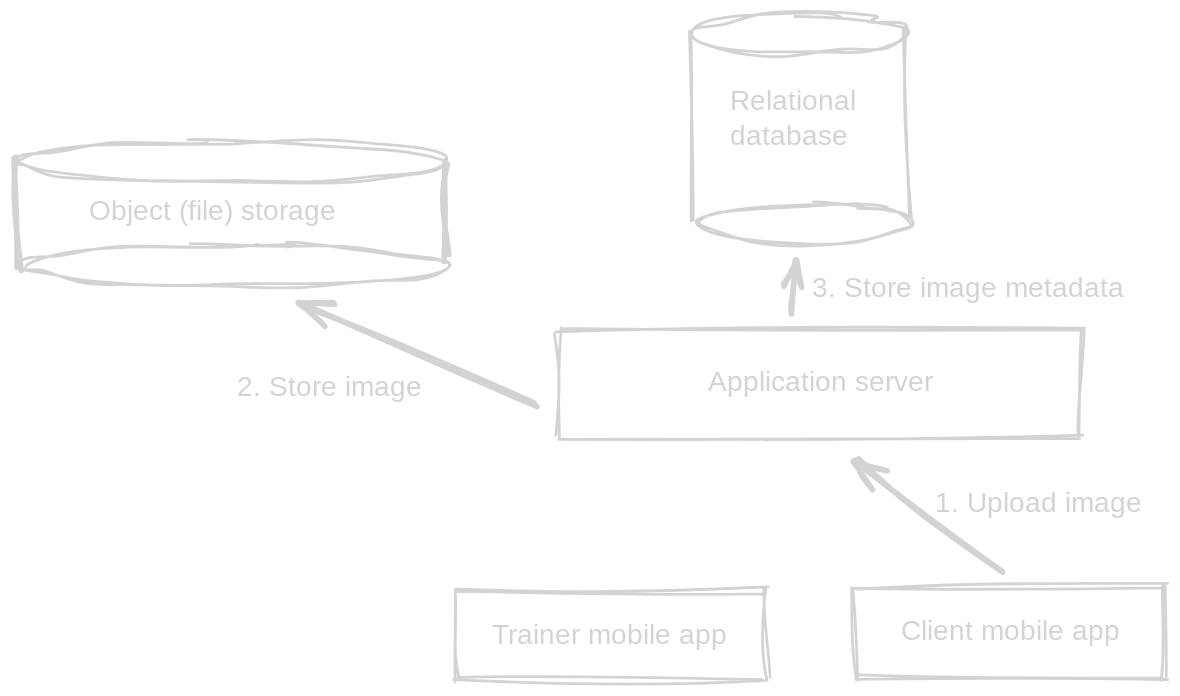
This is images/gym-app-upload-3.svg from filipegeric/scaling-the-client, a Excalidraw export, as it was before one commit. Source tidied: one line per element, renumbered; positions are measured from the earlier drawing's top-left corner, leaving out a move shared by most shapes. Its diagram source:
```json
{"id": 0, "type": "rectangle", "strokeColor": "#1e1e1e", "strokeWidth": 2, "roughness": 2, "x": 313, "y": 412, "width": 222, "height": 65}
{"id": 1, "type": "text", "text": "Trainer mobile app", "strokeColor": "#1e1e1e", "backgroundColor": "#ffffff", "fillStyle": "solid", "strokeWidth": 2, "roughness": 2, "fontSize": 20, "fontFamily": 1, "textAlign": "center", "verticalAlign": "middle", "inside": 0, "x": 335, "y": 432, "width": 179, "height": 25}
{"id": 2, "type": "rectangle", "strokeColor": "#1e1e1e", "strokeWidth": 2, "roughness": 2, "x": 600, "y": 409, "width": 222, "height": 65}
{"id": 3, "type": "text", "text": "Client mobile app", "strokeColor": "#1e1e1e", "backgroundColor": "#ffffff", "fillStyle": "solid", "strokeWidth": 2, "roughness": 2, "fontSize": 20, "fontFamily": 1, "textAlign": "center", "verticalAlign": "middle", "inside": 2, "x": 630, "y": 429, "width": 162, "height": 25}
{"id": 4, "type": "rectangle", "strokeColor": "#1e1e1e", "strokeWidth": 2, "roughness": 2, "x": 389, "y": 225, "width": 372, "height": 78}
{"id": 5, "type": "text", "text": "Application server", "strokeColor": "#1e1e1e", "backgroundColor": "#ffffff", "fillStyle": "solid", "strokeWidth": 2, "roughness": 2, "fontSize": 20, "fontFamily": 1, "textAlign": "center", "verticalAlign": "middle", "inside": 4, "x": 489, "y": 251, "width": 172, "height": 25}
{"id": 6, "type": "ellipse", "strokeColor": "#1e1e1e", "strokeWidth": 2, "roughness": 2, "x": 487, "y": 135, "width": 153, "height": 28}
{"id": 7, "type": "ellipse", "strokeColor": "#1e1e1e", "strokeWidth": 2, "roughness": 2, "x": 485, "y": 0, "width": 153, "height": 28}
{"id": 8, "type": "line", "strokeColor": "#1e1e1e", "backgroundColor": "#ffffff", "fillStyle": "solid", "strokeWidth": 2, "roughness": 2, "x": 481, "y": 13, "width": 2, "height": 135, "points": [[0, 0], [2, 135]]}
{"id": 9, "type": "line", "strokeColor": "#1e1e1e", "backgroundColor": "#ffffff", "fillStyle": "solid", "strokeWidth": 2, "roughness": 2, "x": 635, "y": 11, "width": 3, "height": 136, "points": [[0, 0], [3, 136]]}
{"id": 10, "type": "text", "text": "Relational \ndatabase", "strokeColor": "#1e1e1e", "backgroundColor": "#ffffff", "fillStyle": "solid", "strokeWidth": 2, "roughness": 2, "fontSize": 20, "fontFamily": 1, "x": 511, "y": 51, "width": 108, "height": 50}
{"id": 11, "type": "ellipse", "strokeColor": "#1e1e1e", "strokeWidth": 2, "roughness": 2, "x": 4, "y": 165, "width": 305, "height": 29}
{"id": 12, "type": "ellipse", "strokeColor": "#1e1e1e", "strokeWidth": 2, "roughness": 2, "x": 2, "y": 91, "width": 305, "height": 29}
{"id": 13, "type": "text", "text": "Object (file) storage", "strokeColor": "#1e1e1e", "strokeWidth": 4, "roughness": 2, "fontSize": 20, "fontFamily": 1, "x": 53, "y": 129, "width": 205, "height": 25}
{"id": 14, "type": "line", "strokeColor": "#1e1e1e", "strokeWidth": 4, "roughness": 2, "x": 0, "y": 103, "width": 2, "height": 77, "points": [[0, 0], [2, 77]]}
{"id": 15, "type": "line", "strokeColor": "#1e1e1e", "strokeWidth": 4, "roughness": 2, "x": 306, "y": 105, "width": 3, "height": 69, "points": [[0, 0], [3, 69]]}
{"id": 16, "type": "arrow", "strokeColor": "#1e1e1e", "strokeWidth": 4, "roughness": 2, "endArrowhead": "arrow", "from": 2, "to": 4, "x": 706, "y": 399, "width": 106, "height": 82, "points": [[0, 0], [-106, -82]]}
{"id": 17, "type": "text", "text": "1. Upload image", "strokeColor": "#1e1e1e", "strokeWidth": 4, "roughness": 2, "fontSize": 20, "fontFamily": 1, "x": 657, "y": 338, "width": 147, "height": 25}
{"id": 18, "type": "arrow", "strokeColor": "#1e1e1e", "strokeWidth": 4, "roughness": 2, "endArrowhead": "arrow", "from": 4, "to": 11, "x": 373, "y": 281, "width": 168, "height": 75, "points": [[0, 0], [-168, -75]]}
{"id": 19, "type": "text", "text": "2. Store image", "strokeColor": "#1e1e1e", "strokeWidth": 4, "roughness": 2, "fontSize": 20, "fontFamily": 1, "x": 158, "y": 255, "width": 145, "height": 25}
{"id": 20, "type": "arrow", "strokeColor": "#1e1e1e", "strokeWidth": 4, "roughness": 2, "endArrowhead": "arrow", "from": 4, "to": 6, "x": 555, "y": 214, "width": 1, "height": 37, "points": [[0, 0], [1, -37]]}
{"id": 21, "type": "text", "text": "3. Store image metadata", "strokeColor": "#1e1e1e", "strokeWidth": 4, "roughness": 2, "fontSize": 20, "fontFamily": 1, "x": 569, "y": 185, "width": 252, "height": 25}
```
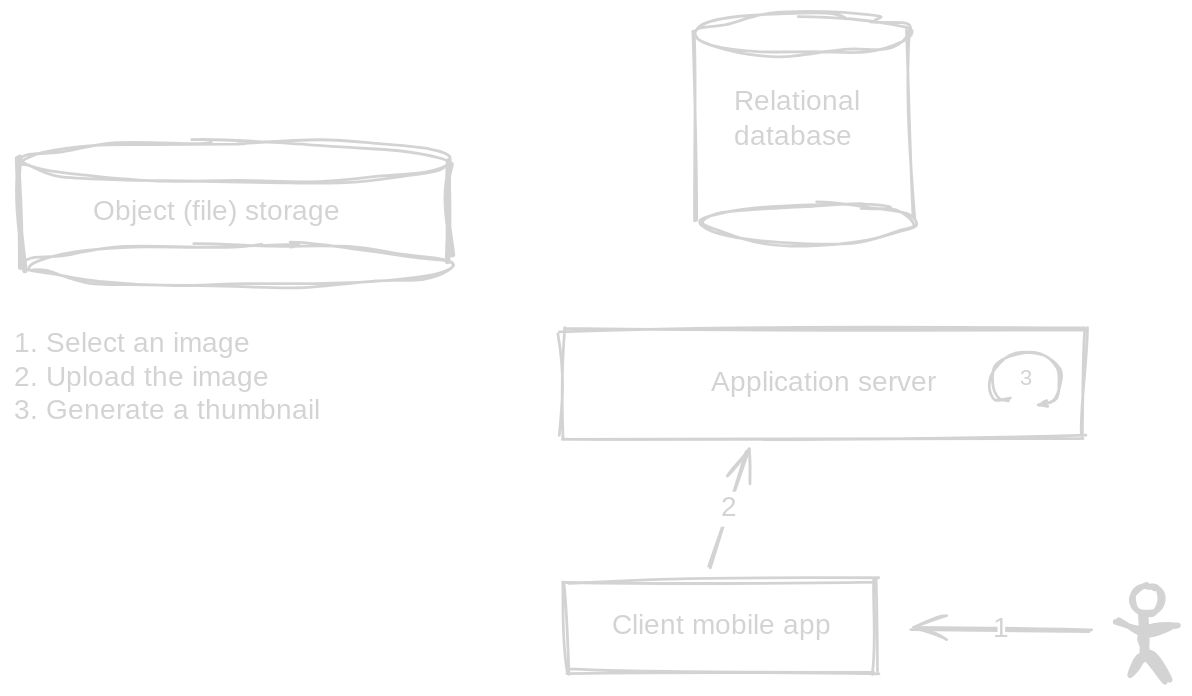
The same file after the commit.

The edit, as a diff of the source:
```diff
@@ -1,7 +1,5 @@
-{"id": 0, "type": "rectangle", "strokeColor": "#1e1e1e", "strokeWidth": 2, "roughness": 2, "x": 313, "y": 412, "width": 222, "height": 65}
-{"id": 1, "type": "text", "text": "Trainer mobile app", "strokeColor": "#1e1e1e", "backgroundColor": "#ffffff", "fillStyle": "solid", "strokeWidth": 2, "roughness": 2, "fontSize": 20, "fontFamily": 1, "textAlign": "center", "verticalAlign": "middle", "inside": 0, "x": 335, "y": 432, "width": 179, "height": 25}
-{"id": 2, "type": "rectangle", "strokeColor": "#1e1e1e", "strokeWidth": 2, "roughness": 2, "x": 600, "y": 409, "width": 222, "height": 65}
+{"id": 2, "type": "rectangle", "strokeColor": "#1e1e1e", "strokeWidth": 2, "roughness": 2, "x": 391, "y": 405, "width": 222, "height": 65}
-{"id": 3, "type": "text", "text": "Client mobile app", "strokeColor": "#1e1e1e", "backgroundColor": "#ffffff", "fillStyle": "solid", "strokeWidth": 2, "roughness": 2, "fontSize": 20, "fontFamily": 1, "textAlign": "center", "verticalAlign": "middle", "inside": 2, "x": 630, "y": 429, "width": 162, "height": 25}
+{"id": 3, "type": "text", "text": "Client mobile app", "strokeColor": "#1e1e1e", "backgroundColor": "#ffffff", "fillStyle": "solid", "strokeWidth": 2, "roughness": 2, "fontSize": 20, "fontFamily": 1, "textAlign": "center", "verticalAlign": "middle", "inside": 2, "x": 421, "y": 425, "width": 162, "height": 25}
 {"id": 4, "type": "rectangle", "strokeColor": "#1e1e1e", "strokeWidth": 2, "roughness": 2, "x": 389, "y": 225, "width": 372, "height": 78}
 {"id": 5, "type": "text", "text": "Application server", "strokeColor": "#1e1e1e", "backgroundColor": "#ffffff", "fillStyle": "solid", "strokeWidth": 2, "roughness": 2, "fontSize": 20, "fontFamily": 1, "textAlign": "center", "verticalAlign": "middle", "inside": 4, "x": 489, "y": 251, "width": 172, "height": 25}
 {"id": 6, "type": "ellipse", "strokeColor": "#1e1e1e", "strokeWidth": 2, "roughness": 2, "x": 487, "y": 135, "width": 153, "height": 28}
@@ -14,9 +12,14 @@
 {"id": 13, "type": "text", "text": "Object (file) storage", "strokeColor": "#1e1e1e", "strokeWidth": 4, "roughness": 2, "fontSize": 20, "fontFamily": 1, "x": 53, "y": 129, "width": 205, "height": 25}
 {"id": 14, "type": "line", "strokeColor": "#1e1e1e", "strokeWidth": 4, "roughness": 2, "x": 0, "y": 103, "width": 2, "height": 77, "points": [[0, 0], [2, 77]]}
 {"id": 15, "type": "line", "strokeColor": "#1e1e1e", "strokeWidth": 4, "roughness": 2, "x": 306, "y": 105, "width": 3, "height": 69, "points": [[0, 0], [3, 69]]}
-{"id": 16, "type": "arrow", "strokeColor": "#1e1e1e", "strokeWidth": 4, "roughness": 2, "endArrowhead": "arrow", "from": 2, "to": 4, "x": 706, "y": 399, "width": 106, "height": 82, "points": [[0, 0], [-106, -82]]}
-{"id": 17, "type": "text", "text": "1. Upload image", "strokeColor": "#1e1e1e", "strokeWidth": 4, "roughness": 2, "fontSize": 20, "fontFamily": 1, "x": 657, "y": 338, "width": 147, "height": 25}
-{"id": 18, "type": "arrow", "strokeColor": "#1e1e1e", "strokeWidth": 4, "roughness": 2, "endArrowhead": "arrow", "from": 4, "to": 11, "x": 373, "y": 281, "width": 168, "height": 75, "points": [[0, 0], [-168, -75]]}
-{"id": 19, "type": "text", "text": "2. Store image", "strokeColor": "#1e1e1e", "strokeWidth": 4, "roughness": 2, "fontSize": 20, "fontFamily": 1, "x": 158, "y": 255, "width": 145, "height": 25}
-{"id": 20, "type": "arrow", "strokeColor": "#1e1e1e", "strokeWidth": 4, "roughness": 2, "endArrowhead": "arrow", "from": 4, "to": 6, "x": 555, "y": 214, "width": 1, "height": 37, "points": [[0, 0], [1, -37]]}
-{"id": 21, "type": "text", "text": "3. Store image metadata", "strokeColor": "#1e1e1e", "strokeWidth": 4, "roughness": 2, "fontSize": 20, "fontFamily": 1, "x": 569, "y": 185, "width": 252, "height": 25}
+{"id": 22, "type": "ellipse", "strokeColor": "#1e1e1e", "strokeWidth": 4, "roughness": 2, "round": true, "x": 796, "y": 408, "width": 20, "height": 20}
+{"id": 23, "type": "line", "strokeColor": "#1e1e1e", "strokeWidth": 4, "roughness": 2, "round": true, "x": 805, "y": 428, "width": 46, "height": 47, "points": [[0, 0], [1, 29], [-13, 45], [1, 30], [17, 47], [-1, 28], [-1, 12], [23, 7], [-1, 12], [-22, 6]]}
+{"id": 24, "type": "arrow", "strokeColor": "#1e1e1e", "strokeWidth": 2, "roughness": 1, "endArrowhead": "arrow", "round": true, "x": 766, "y": 441, "width": 127, "height": 2, "points": [[0, 0], [-127, -2]]}
+{"id": 25, "type": "text", "text": "1", "strokeColor": "#1e1e1e", "strokeWidth": 2, "roughness": 1, "fontSize": 20, "fontFamily": 1, "textAlign": "center", "verticalAlign": "middle", "inside": 24, "x": 699, "y": 428, "width": 5, "height": 25}
+{"id": 26, "type": "arrow", "strokeColor": "#1e1e1e", "strokeWidth": 2, "roughness": 1, "endArrowhead": "arrow", "round": true, "from": 2, "to": 4, "x": 494, "y": 396, "width": 27, "height": 84, "points": [[0, 0], [27, -84]]}
+{"id": 27, "type": "text", "text": "2", "strokeColor": "#1e1e1e", "strokeWidth": 2, "roughness": 1, "fontSize": 20, "fontFamily": 1, "textAlign": "center", "verticalAlign": "middle", "inside": 26, "x": 500, "y": 341, "width": 14, "height": 25}
+{"id": 28, "type": "arrow", "strokeColor": "#1e1e1e", "strokeWidth": 2, "roughness": 1, "endArrowhead": "arrow", "round": true, "x": 708, "y": 275, "width": 50, "height": 36, "points": [[0, 0], [-10, -1], [-14, -11], [-10, -24], [4, -33], [23, -32], [35, -22], [36, -11], [31, 0], [20, 3]]}
+{"id": 29, "type": "text", "text": "3", "strokeColor": "#1e1e1e", "strokeWidth": 2, "roughness": 1, "fontSize": 16, "fontFamily": 1, "x": 716, "y": 251, "width": 11, "height": 20}
+{"id": 30, "type": "text", "text": "1. Select an image", "strokeColor": "#1e1e1e", "strokeWidth": 2, "roughness": 1, "fontSize": 20, "fontFamily": 1, "x": -3, "y": 224, "width": 176, "height": 25}
+{"id": 31, "type": "text", "text": "2. Upload the image", "strokeColor": "#1e1e1e", "strokeWidth": 2, "roughness": 1, "fontSize": 20, "fontFamily": 1, "x": -3, "y": 248, "width": 198, "height": 25}
+{"id": 32, "type": "text", "text": "3. Generate a thumbnail", "strokeColor": "#1e1e1e", "strokeWidth": 2, "roughness": 1, "fontSize": 20, "fontFamily": 1, "x": -3, "y": 272, "width": 241, "height": 25}
```
